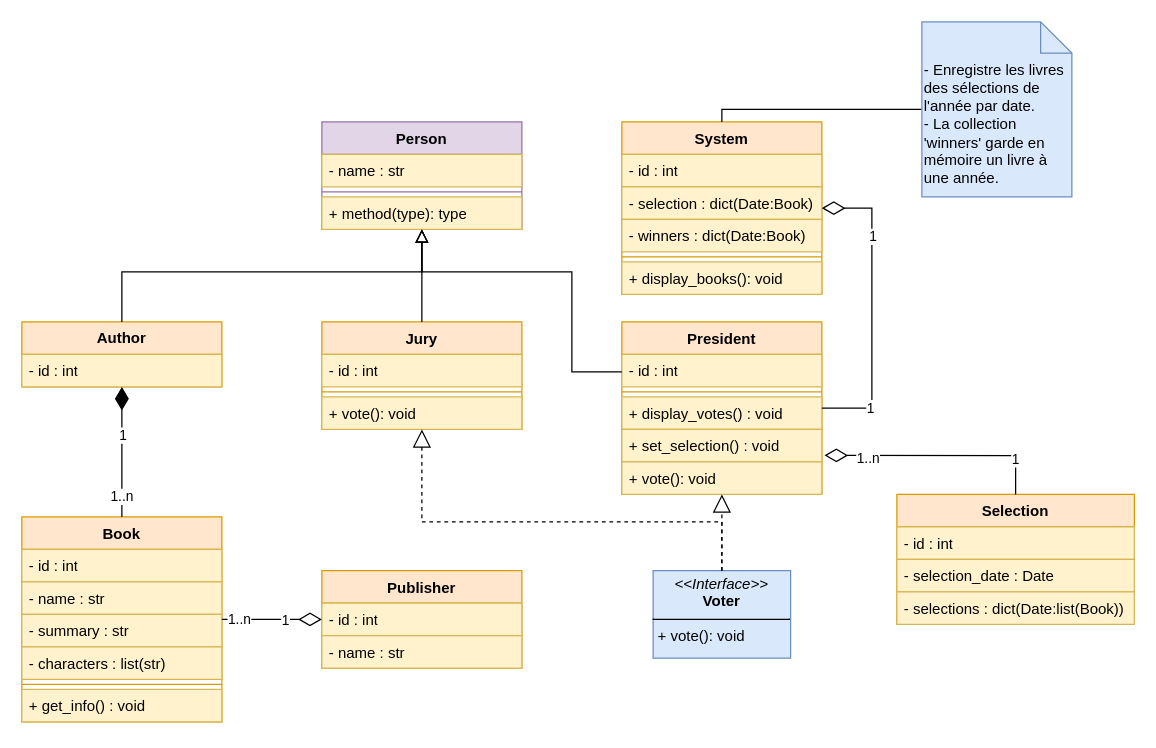
Above: page "Class" (1 of 2) of doc/uml/goncourt.drawio in KMorere/eval-python-goncourt (draw.io), before the change. Source tidied: cells renumbered, new cells numbered last; positions are measured from the earlier drawing's top-left corner, leaving out a move shared by most shapes. Both pictures are drawn from the tidied source at 125%, with x=0, y=0 at pixel (21, 21).
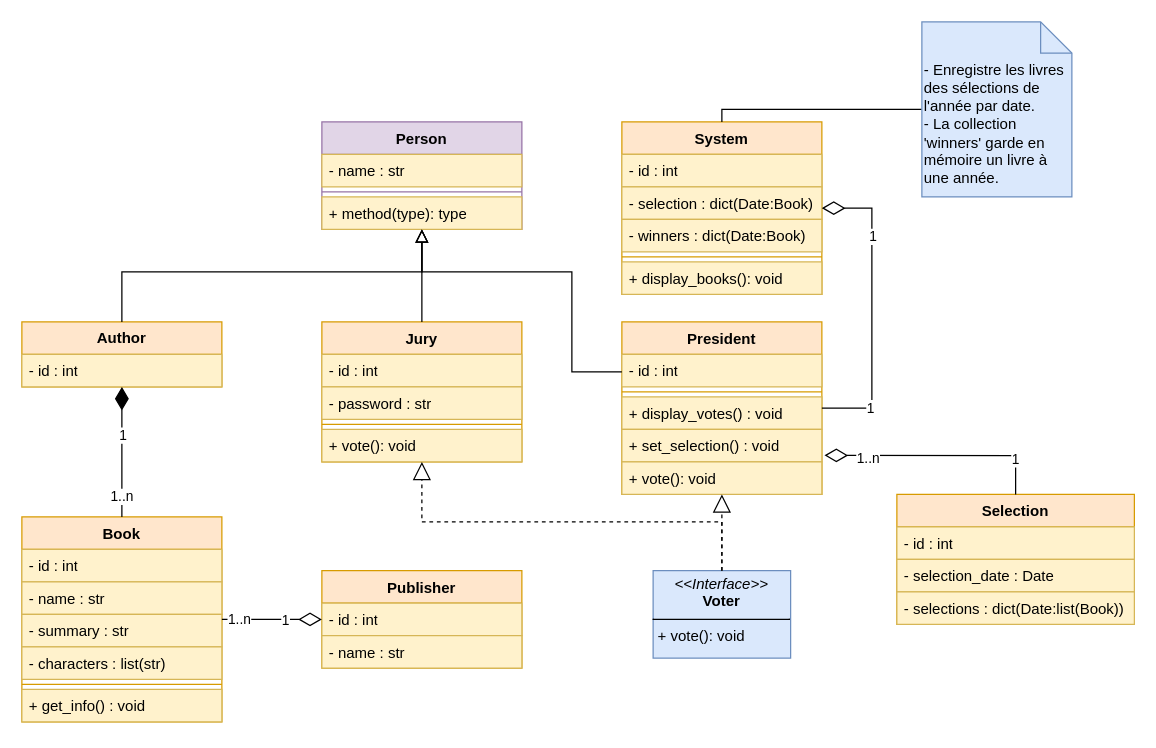
The same diagram, later.

What changed in the source:
```diff
@@
     <mxCell id="15" value="Jury" style="swimlane;fontStyle=1;align=center;verticalAlign=top;horizontal=1;startSize=26;whiteSpace=wrap;html=1;fillColor=#ffe6cc;strokeColor=#d79b00;" parent="1" vertex="1">
-      <mxGeometry x="240" y="240" width="160" height="86" as="geometry" />
+      <mxGeometry x="240" y="240" width="160" height="112" as="geometry" />
     </mxCell>
@@
+    <mxCell id="58" value="- password : str" style="text;strokeColor=#d6b656;fillColor=#fff2cc;align=left;verticalAlign=top;spacingLeft=4;spacingRight=4;overflow=hidden;whiteSpace=wrap;html=1;" parent="15" vertex="1">
+      <mxGeometry y="52" width="160" height="26" as="geometry" />
+    </mxCell>
     <mxCell id="17" style="line;strokeWidth=1;fillColor=none;align=left;verticalAlign=middle;spacingTop=-1;spacingLeft=3;spacingRight=3;labelPosition=right;strokeColor=inherit;" parent="15" vertex="1">
-      <mxGeometry y="52" width="160" height="8" as="geometry" />
+      <mxGeometry y="78" width="160" height="8" as="geometry" />
     </mxCell>
     <mxCell id="18" value="+ vote(): void" style="text;strokeColor=#d6b656;fillColor=#fff2cc;align=left;verticalAlign=top;spacingLeft=4;spacingRight=4;overflow=hidden;whiteSpace=wrap;html=1;" parent="15" vertex="1">
-      <mxGeometry y="60" width="160" height="26" as="geometry" />
+      <mxGeometry y="86" width="160" height="26" as="geometry" />
     </mxCell>
```
